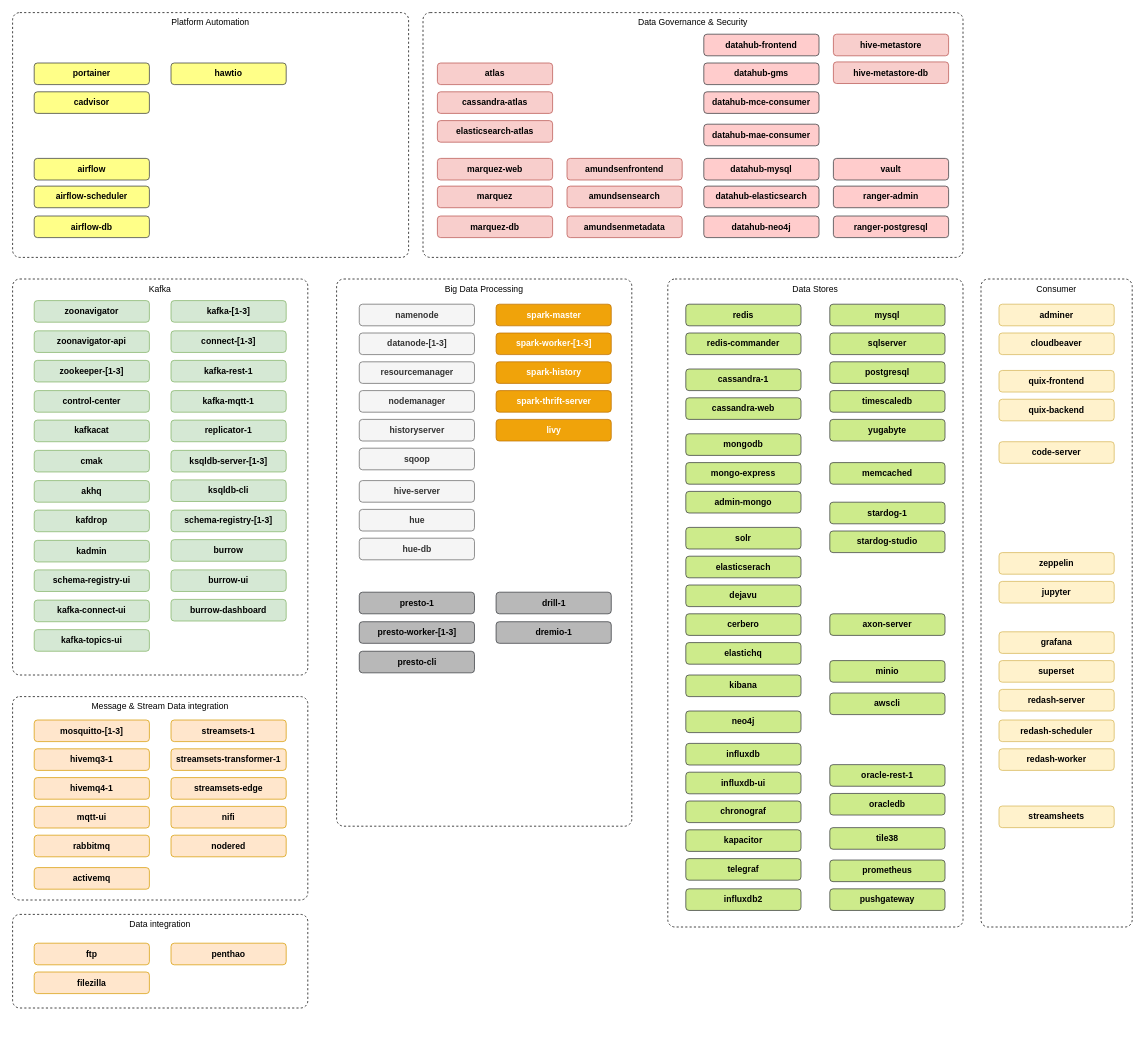
Before: page "Services" (1 of 4) of documentation/drawio/modern-data-platform.drawio in TrivadisPF/platys-modern-data-platform, a draw.io diagram. Source tidied: cells renumbered, new cells numbered last; positions are measured from the earlier drawing's top-left corner, leaving out a move shared by most shapes. Both pictures are drawn from the tidied source at 72%, with x=0, y=0 at pixel (12, 12).
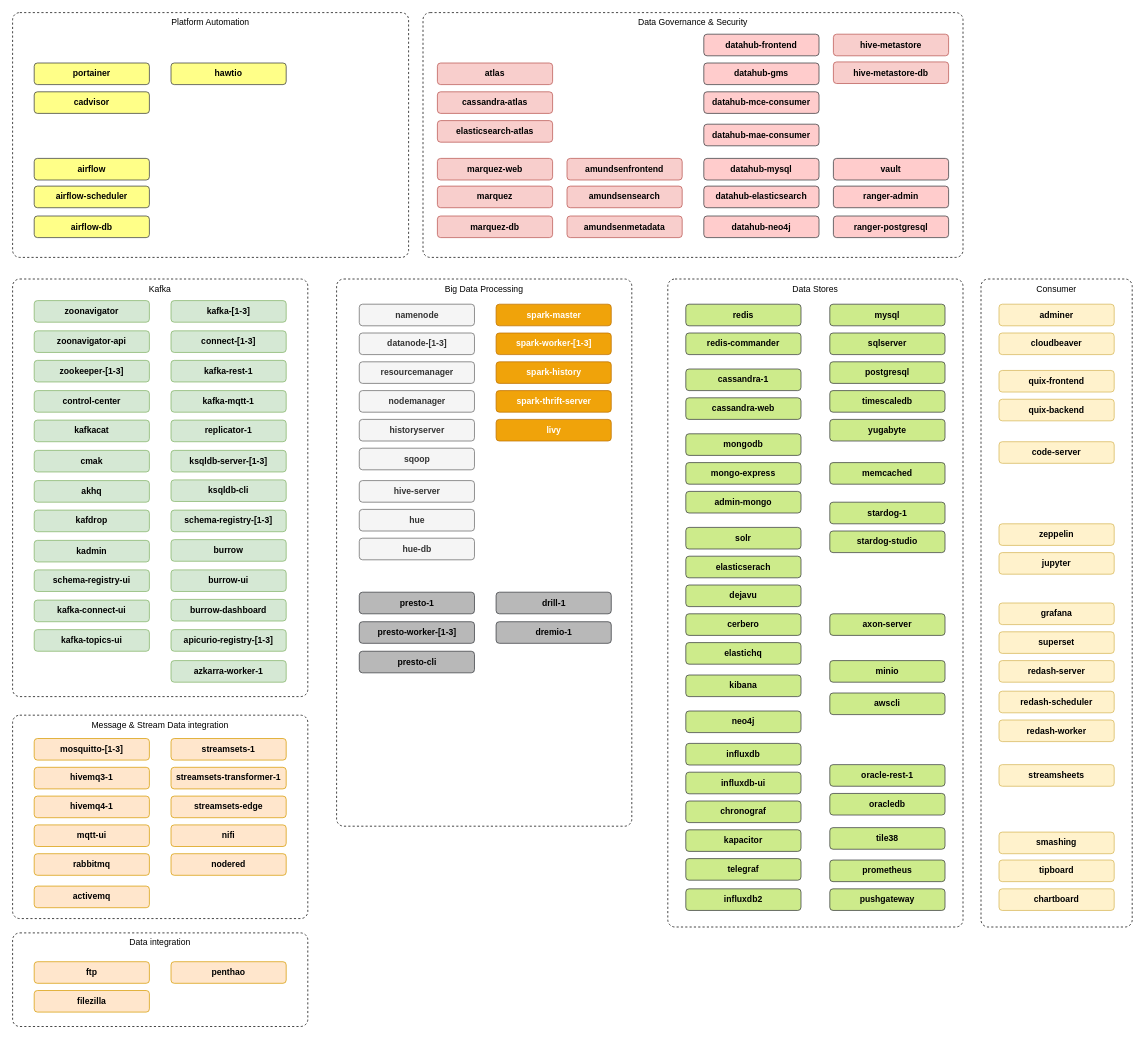
Above is the later version.

Change to the diagram source:
```diff
@@
     <mxCell id="2" value="Kafka" style="rounded=1;whiteSpace=wrap;html=1;labelBackgroundColor=none;strokeColor=#000000;strokeWidth=1;fillColor=none;fontColor=#000000;arcSize=20;absoluteArcSize=1;dashed=1;align=center;horizontal=1;verticalAlign=top;" parent="1" vertex="1">
-      <mxGeometry y="370" width="410" height="550" as="geometry" />
+      <mxGeometry y="370" width="410" height="580" as="geometry" />
     </mxCell>
@@
     <mxCell id="8" value="Data integration" style="rounded=1;whiteSpace=wrap;html=1;labelBackgroundColor=none;strokeColor=#000000;strokeWidth=1;fillColor=none;fontColor=#000000;arcSize=20;absoluteArcSize=1;dashed=1;align=center;horizontal=1;verticalAlign=top;" parent="1" vertex="1">
-      <mxGeometry y="1252.5" width="410" height="130" as="geometry" />
+      <mxGeometry y="1278.2" width="410" height="130" as="geometry" />
     </mxCell>
     <mxCell id="9" value="Message &amp;amp; Stream Data integration" style="rounded=1;whiteSpace=wrap;html=1;labelBackgroundColor=none;strokeColor=#000000;strokeWidth=1;fillColor=none;fontColor=#000000;arcSize=20;absoluteArcSize=1;dashed=1;align=center;horizontal=1;verticalAlign=top;" parent="1" vertex="1">
-      <mxGeometry y="950" width="410" height="282.5" as="geometry" />
+      <mxGeometry y="975.8" width="410" height="282.5" as="geometry" />
     </mxCell>
@@
     <mxCell id="51" value="&lt;span&gt;streamsets-1&lt;/span&gt;" style="rounded=1;whiteSpace=wrap;html=1;fillColor=#ffe6cc;strokeColor=#d79b00;fontStyle=1;" parent="1" vertex="1">
-      <mxGeometry x="220" y="982.5" width="160" height="30" as="geometry" />
+      <mxGeometry x="220" y="1008.2" width="160" height="30" as="geometry" />
     </mxCell>
     <mxCell id="52" value="&lt;span&gt;streamsets-transformer-1&lt;/span&gt;" style="rounded=1;whiteSpace=wrap;html=1;fillColor=#ffe6cc;strokeColor=#d79b00;fontStyle=1;" parent="1" vertex="1">
-      <mxGeometry x="220" y="1022.5" width="160" height="30" as="geometry" />
+      <mxGeometry x="220" y="1048.2" width="160" height="30" as="geometry" />
     </mxCell>
     <mxCell id="53" value="&lt;span&gt;streamsets-edge&lt;/span&gt;" style="rounded=1;whiteSpace=wrap;html=1;fillColor=#ffe6cc;strokeColor=#d79b00;fontStyle=1;" parent="1" vertex="1">
-      <mxGeometry x="220" y="1062.5" width="160" height="30" as="geometry" />
+      <mxGeometry x="220" y="1088.2" width="160" height="30" as="geometry" />
     </mxCell>
     <mxCell id="54" value="&lt;span&gt;nifi&lt;/span&gt;" style="rounded=1;whiteSpace=wrap;html=1;fillColor=#ffe6cc;strokeColor=#d79b00;fontStyle=1;" parent="1" vertex="1">
-      <mxGeometry x="220" y="1102.5" width="160" height="30" as="geometry" />
+      <mxGeometry x="220" y="1128.2" width="160" height="30" as="geometry" />
     </mxCell>
     <mxCell id="55" value="&lt;span&gt;nodered&lt;/span&gt;" style="rounded=1;whiteSpace=wrap;html=1;fillColor=#ffe6cc;strokeColor=#d79b00;fontStyle=1;" parent="1" vertex="1">
-      <mxGeometry x="220" y="1142.5" width="160" height="30" as="geometry" />
+      <mxGeometry x="220" y="1168.2" width="160" height="30" as="geometry" />
     </mxCell>
     <mxCell id="56" value="&lt;span&gt;zeppelin&lt;/span&gt;" style="rounded=1;whiteSpace=wrap;html=1;fillColor=#fff2cc;strokeColor=#d6b656;fontStyle=1;" parent="1" vertex="1">
-      <mxGeometry x="1370" y="750" width="160" height="30" as="geometry" />
+      <mxGeometry x="1370" y="710" width="160" height="30" as="geometry" />
     </mxCell>
     <mxCell id="57" value="&lt;span&gt;jupyter&lt;/span&gt;" style="rounded=1;whiteSpace=wrap;html=1;fillColor=#fff2cc;strokeColor=#d6b656;fontStyle=1;" parent="1" vertex="1">
-      <mxGeometry x="1370" y="790" width="160" height="30" as="geometry" />
+      <mxGeometry x="1370" y="750" width="160" height="30" as="geometry" />
     </mxCell>
     <mxCell id="58" value="&lt;span&gt;grafana&lt;/span&gt;" style="rounded=1;whiteSpace=wrap;html=1;fillColor=#fff2cc;strokeColor=#d6b656;fontStyle=1;" parent="1" vertex="1">
-      <mxGeometry x="1370" y="860" width="160" height="30" as="geometry" />
+      <mxGeometry x="1370" y="820" width="160" height="30" as="geometry" />
     </mxCell>
@@
     <mxCell id="88" value="&lt;span&gt;mosquitto-[1-3]&lt;/span&gt;" style="rounded=1;whiteSpace=wrap;html=1;fillColor=#ffe6cc;strokeColor=#d79b00;fontStyle=1;" parent="1" vertex="1">
-      <mxGeometry x="30" y="982.5" width="160" height="30" as="geometry" />
+      <mxGeometry x="30" y="1008.2" width="160" height="30" as="geometry" />
     </mxCell>
     <mxCell id="89" value="&lt;span&gt;hivemq3-1&lt;/span&gt;" style="rounded=1;whiteSpace=wrap;html=1;fillColor=#ffe6cc;strokeColor=#d79b00;fontStyle=1;" parent="1" vertex="1">
-      <mxGeometry x="30" y="1022.5" width="160" height="30" as="geometry" />
+      <mxGeometry x="30" y="1048.2" width="160" height="30" as="geometry" />
     </mxCell>
     <mxCell id="90" value="&lt;span&gt;hivemq4-1&lt;/span&gt;" style="rounded=1;whiteSpace=wrap;html=1;fillColor=#ffe6cc;strokeColor=#d79b00;fontStyle=1;" parent="1" vertex="1">
-      <mxGeometry x="30" y="1062.5" width="160" height="30" as="geometry" />
+      <mxGeometry x="30" y="1088.2" width="160" height="30" as="geometry" />
     </mxCell>
     <mxCell id="91" value="&lt;span&gt;mqtt-ui&lt;/span&gt;" style="rounded=1;whiteSpace=wrap;html=1;fillColor=#ffe6cc;strokeColor=#d79b00;fontStyle=1;" parent="1" vertex="1">
-      <mxGeometry x="30" y="1102.5" width="160" height="30" as="geometry" />
+      <mxGeometry x="30" y="1128.2" width="160" height="30" as="geometry" />
     </mxCell>
     <mxCell id="92" value="&lt;span&gt;activemq&lt;/span&gt;" style="rounded=1;whiteSpace=wrap;html=1;fillColor=#ffe6cc;strokeColor=#d79b00;fontStyle=1;" parent="1" vertex="1">
-      <mxGeometry x="30" y="1187.5" width="160" height="30" as="geometry" />
+      <mxGeometry x="30" y="1213.2" width="160" height="30" as="geometry" />
     </mxCell>
     <mxCell id="93" value="&lt;span&gt;ftp&lt;/span&gt;" style="rounded=1;whiteSpace=wrap;html=1;fillColor=#ffe6cc;strokeColor=#d79b00;fontStyle=1;" parent="1" vertex="1">
-      <mxGeometry x="30" y="1292.5" width="160" height="30" as="geometry" />
+      <mxGeometry x="30" y="1318.2" width="160" height="30" as="geometry" />
     </mxCell>
     <mxCell id="94" value="&lt;span&gt;filezilla&lt;/span&gt;" style="rounded=1;whiteSpace=wrap;html=1;fillColor=#ffe6cc;strokeColor=#d79b00;fontStyle=1;" parent="1" vertex="1">
-      <mxGeometry x="30" y="1332.5" width="160" height="30" as="geometry" />
+      <mxGeometry x="30" y="1358.2" width="160" height="30" as="geometry" />
     </mxCell>
@@
     <mxCell id="123" value="&lt;span&gt;rabbitmq&lt;/span&gt;" style="rounded=1;whiteSpace=wrap;html=1;fillColor=#ffe6cc;strokeColor=#d79b00;fontStyle=1;" parent="1" vertex="1">
-      <mxGeometry x="30" y="1142.5" width="160" height="30" as="geometry" />
+      <mxGeometry x="30" y="1168.2" width="160" height="30" as="geometry" />
     </mxCell>
     <mxCell id="124" value="&lt;span&gt;penthao&lt;/span&gt;" style="rounded=1;whiteSpace=wrap;html=1;fillColor=#ffe6cc;strokeColor=#d79b00;fontStyle=1;" parent="1" vertex="1">
-      <mxGeometry x="220" y="1292.5" width="160" height="30" as="geometry" />
+      <mxGeometry x="220" y="1318.2" width="160" height="30" as="geometry" />
     </mxCell>
@@
     <mxCell id="130" value="&lt;span&gt;streamsheets&lt;/span&gt;" style="rounded=1;whiteSpace=wrap;html=1;fillColor=#fff2cc;strokeColor=#d6b656;fontStyle=1;" parent="1" vertex="1">
-      <mxGeometry x="1370" y="1102" width="160" height="30" as="geometry" />
+      <mxGeometry x="1370" y="1044.5" width="160" height="30" as="geometry" />
     </mxCell>
@@
     <mxCell id="135" value="&lt;span&gt;superset&lt;/span&gt;" style="rounded=1;whiteSpace=wrap;html=1;fillColor=#fff2cc;strokeColor=#d6b656;fontStyle=1;" parent="1" vertex="1">
-      <mxGeometry x="1370" y="900" width="160" height="30" as="geometry" />
+      <mxGeometry x="1370" y="860" width="160" height="30" as="geometry" />
     </mxCell>
     <mxCell id="136" value="&lt;span&gt;redash-server&lt;/span&gt;" style="rounded=1;whiteSpace=wrap;html=1;fillColor=#fff2cc;strokeColor=#d6b656;fontStyle=1;" parent="1" vertex="1">
-      <mxGeometry x="1370" y="940" width="160" height="30" as="geometry" />
+      <mxGeometry x="1370" y="900" width="160" height="30" as="geometry" />
     </mxCell>
@@
     <mxCell id="140" value="&lt;span&gt;redash-scheduler&lt;/span&gt;" style="rounded=1;whiteSpace=wrap;html=1;fillColor=#fff2cc;strokeColor=#d6b656;fontStyle=1;" parent="1" vertex="1">
-      <mxGeometry x="1370" y="982.5" width="160" height="30" as="geometry" />
+      <mxGeometry x="1370" y="942.5" width="160" height="30" as="geometry" />
     </mxCell>
     <mxCell id="141" value="&lt;span&gt;redash-worker&lt;/span&gt;" style="rounded=1;whiteSpace=wrap;html=1;fillColor=#fff2cc;strokeColor=#d6b656;fontStyle=1;" parent="1" vertex="1">
-      <mxGeometry x="1370" y="1022.5" width="160" height="30" as="geometry" />
+      <mxGeometry x="1370" y="982.5" width="160" height="30" as="geometry" />
     </mxCell>
@@
+    <mxCell id="143" value="&lt;span&gt;apicurio-registry-[1-3]&lt;/span&gt;" style="rounded=1;whiteSpace=wrap;html=1;fillColor=#d5e8d4;strokeColor=#82b366;fontStyle=1;" parent="1" vertex="1">
+      <mxGeometry x="220" y="857" width="160" height="30" as="geometry" />
+    </mxCell>
+    <mxCell id="144" value="&lt;span&gt;azkarra-worker-1&lt;/span&gt;" style="rounded=1;whiteSpace=wrap;html=1;fillColor=#d5e8d4;strokeColor=#82b366;fontStyle=1;" parent="1" vertex="1">
+      <mxGeometry x="220" y="900" width="160" height="30" as="geometry" />
+    </mxCell>
+    <mxCell id="145" value="&lt;span&gt;tipboard&lt;/span&gt;" style="rounded=1;whiteSpace=wrap;html=1;fillColor=#fff2cc;strokeColor=#d6b656;fontStyle=1;" parent="1" vertex="1">
+      <mxGeometry x="1370" y="1177" width="160" height="30" as="geometry" />
+    </mxCell>
+    <mxCell id="146" value="&lt;span&gt;chartboard&lt;/span&gt;" style="rounded=1;whiteSpace=wrap;html=1;fillColor=#fff2cc;strokeColor=#d6b656;fontStyle=1;" parent="1" vertex="1">
+      <mxGeometry x="1370" y="1217" width="160" height="30" as="geometry" />
+    </mxCell>
+    <mxCell id="147" value="&lt;span&gt;smashing&lt;/span&gt;" style="rounded=1;whiteSpace=wrap;html=1;fillColor=#fff2cc;strokeColor=#d6b656;fontStyle=1;" parent="1" vertex="1">
+      <mxGeometry x="1370" y="1138.2" width="160" height="30" as="geometry" />
+    </mxCell>
```
